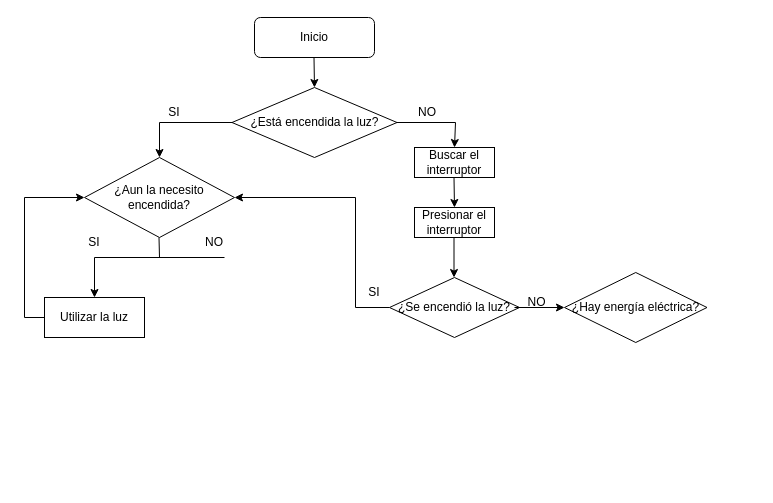
The draw.io diagram Untitled Diagram.drawio in sisuramirez/8bit-mario, before the edit. Source tidied: cells renumbered, new cells numbered last; positions are measured from the earlier drawing's top-left corner, leaving out a move shared by most shapes. Both pictures are drawn from the tidied source at 100%, with x=0, y=0 at pixel (24, 17).
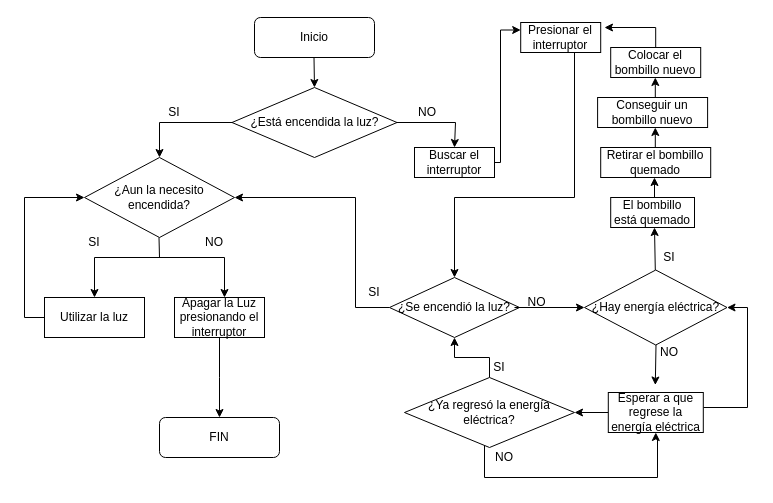
Above is the later version.

The change refers to these unchanged cells:
```xml
<mxCell id="15" value="Buscar el interruptor" style="rounded=0;whiteSpace=wrap;html=1;" parent="1" vertex="1">
  <mxGeometry x="390" y="130" width="80" height="30" as="geometry" />
</mxCell>
<mxCell id="19" value="¿Se encendió la luz?" style="rhombus;whiteSpace=wrap;html=1;" parent="1" vertex="1">
  <mxGeometry x="365" y="260" width="130" height="60" as="geometry" />
</mxCell>
```

Change to the diagram source:
```diff
@@
+    <mxCell id="27" style="edgeStyle=orthogonalEdgeStyle;rounded=0;jettySize=auto;html=1;exitX=1;exitY=0.5;exitDx=0;exitDy=0;entryX=0;entryY=0.25;entryDx=0;entryDy=0;" parent="1" edge="1" source="15" target="17">
+      <mxGeometry relative="1" as="geometry">
+        <Array as="points">
+          <mxPoint x="476" y="145" />
+          <mxPoint x="476" y="13" />
+        </Array>
+      </mxGeometry>
+    </mxCell>
@@
-    <mxCell id="16" style="endArrow=classic;html=1;rounded=0;" parent="1" edge="1">
-      <mxGeometry relative="1" as="geometry">
-        <mxPoint x="429.5" y="160" as="sourcePoint" />
-        <mxPoint x="430" y="190" as="targetPoint" />
-      </mxGeometry>
-    </mxCell>
+    <mxCell id="28" style="edgeStyle=orthogonalEdgeStyle;rounded=0;jettySize=auto;html=1;entryX=0.5;entryY=0;entryDx=0;entryDy=0;" parent="1" edge="1" source="17" target="19">
+      <mxGeometry relative="1" as="geometry">
+        <Array as="points">
+          <mxPoint x="550" y="180" />
+          <mxPoint x="430" y="180" />
+        </Array>
+      </mxGeometry>
+    </mxCell>
     <mxCell id="17" value="Presionar el interruptor" style="rounded=0;whiteSpace=wrap;html=1;" parent="1" vertex="1">
-      <mxGeometry x="390" y="190" width="80" height="30" as="geometry" />
+      <mxGeometry x="496.2" y="5" width="80" height="30" as="geometry" />
     </mxCell>
@@
-    <mxCell id="20" style="endArrow=classic;html=1;rounded=0;" parent="1" edge="1">
-      <mxGeometry relative="1" as="geometry">
-        <mxPoint x="429.5" y="220" as="sourcePoint" />
-        <mxPoint x="429.5" y="260" as="targetPoint" />
-      </mxGeometry>
-    </mxCell>
@@
     <mxCell id="25" value="¿Hay energía eléctrica?" style="rhombus;whiteSpace=wrap;html=1;" parent="1" vertex="1">
-      <mxGeometry x="540" y="255" width="142.5" height="70" as="geometry" />
+      <mxGeometry x="560" y="252.5" width="142.5" height="75" as="geometry" />
     </mxCell>
@@
+    <mxCell id="29" style="endArrow=classic;html=1;rounded=0;" parent="1" edge="1">
+      <mxGeometry relative="1" as="geometry">
+        <mxPoint x="631.5" y="327.5" as="sourcePoint" />
+        <mxPoint x="630.8" y="367.5" as="targetPoint" />
+      </mxGeometry>
+    </mxCell>
+    <mxCell id="30" style="endArrow=classic;html=1;rounded=0;" parent="1" edge="1">
+      <mxGeometry relative="1" as="geometry">
+        <mxPoint x="630.8" y="252.5" as="sourcePoint" />
+        <mxPoint x="630" y="210" as="targetPoint" />
+      </mxGeometry>
+    </mxCell>
+    <mxCell id="31" value="SI" style="text;html=1;strokeColor=none;fillColor=none;align=center;verticalAlign=middle;whiteSpace=wrap;rounded=0;" parent="1" vertex="1">
+      <mxGeometry x="630" y="230" width="30" height="20" as="geometry" />
+    </mxCell>
+    <mxCell id="32" value="El bombillo está quemado" style="rounded=0;whiteSpace=wrap;html=1;" parent="1" vertex="1">
+      <mxGeometry x="586.2" y="180" width="83.8" height="30" as="geometry" />
+    </mxCell>
+    <mxCell id="33" style="endArrow=classic;html=1;rounded=0;" parent="1" edge="1">
+      <mxGeometry relative="1" as="geometry">
+        <mxPoint x="630" y="180" as="sourcePoint" />
+        <mxPoint x="630" y="160" as="targetPoint" />
+      </mxGeometry>
+    </mxCell>
+    <mxCell id="34" value="Retirar el bombillo quemado" style="rounded=0;whiteSpace=wrap;html=1;" parent="1" vertex="1">
+      <mxGeometry x="576.2" y="130" width="110" height="30" as="geometry" />
+    </mxCell>
+    <mxCell id="35" value="Conseguir un bombillo nuevo" style="rounded=0;whiteSpace=wrap;html=1;" parent="1" vertex="1">
+      <mxGeometry x="573.1" y="80" width="110" height="30" as="geometry" />
+    </mxCell>
+    <mxCell id="36" style="endArrow=classic;html=1;rounded=0;" parent="1" edge="1">
+      <mxGeometry relative="1" as="geometry">
+        <mxPoint x="630.8" y="130" as="sourcePoint" />
+        <mxPoint x="630.8" y="110" as="targetPoint" />
+      </mxGeometry>
+    </mxCell>
+    <mxCell id="37" style="endArrow=classic;html=1;rounded=0;" parent="1" edge="1">
+      <mxGeometry relative="1" as="geometry">
+        <mxPoint x="630.8" y="80" as="sourcePoint" />
+        <mxPoint x="630.8" y="60" as="targetPoint" />
+      </mxGeometry>
+    </mxCell>
+    <mxCell id="38" style="edgeStyle=orthogonalEdgeStyle;rounded=0;jettySize=auto;html=1;" parent="1" edge="1" source="39">
+      <mxGeometry relative="1" as="geometry">
+        <mxPoint x="580" y="10" as="targetPoint" />
+        <Array as="points">
+          <mxPoint x="631" y="10" />
+        </Array>
+      </mxGeometry>
+    </mxCell>
+    <mxCell id="39" value="Colocar el bombillo nuevo" style="rounded=0;whiteSpace=wrap;html=1;" parent="1" vertex="1">
+      <mxGeometry x="586.2" y="30" width="90" height="30" as="geometry" />
+    </mxCell>
+    <mxCell id="40" value="NO" style="text;html=1;strokeColor=none;fillColor=none;align=center;verticalAlign=middle;whiteSpace=wrap;rounded=0;" parent="1" vertex="1">
+      <mxGeometry x="615" y="320" width="60" height="30" as="geometry" />
+    </mxCell>
+    <mxCell id="41" style="edgeStyle=orthogonalEdgeStyle;rounded=0;jettySize=auto;html=1;entryX=1;entryY=0.5;entryDx=0;entryDy=0;" parent="1" edge="1" source="43" target="25">
+      <mxGeometry relative="1" as="geometry">
+        <Array as="points">
+          <mxPoint x="723" y="390" />
+          <mxPoint x="723" y="290" />
+        </Array>
+      </mxGeometry>
+    </mxCell>
+    <mxCell id="42" style="edgeStyle=orthogonalEdgeStyle;rounded=0;jettySize=auto;html=1;entryX=1;entryY=0.5;entryDx=0;entryDy=0;" parent="1" edge="1" source="43" target="46">
+      <mxGeometry relative="1" as="geometry" />
+    </mxCell>
+    <mxCell id="43" value="Esperar a que regrese la energía eléctrica" style="rounded=0;whiteSpace=wrap;html=1;" parent="1" vertex="1">
+      <mxGeometry x="583.8" y="375" width="95" height="40" as="geometry" />
+    </mxCell>
+    <mxCell id="44" style="edgeStyle=orthogonalEdgeStyle;rounded=0;jettySize=auto;html=1;entryX=0.5;entryY=1;entryDx=0;entryDy=0;" parent="1" edge="1" source="46" target="43">
+      <mxGeometry relative="1" as="geometry">
+        <Array as="points">
+          <mxPoint x="460" y="460" />
+          <mxPoint x="633" y="460" />
+          <mxPoint x="633" y="420" />
+          <mxPoint x="631" y="420" />
+        </Array>
+      </mxGeometry>
+    </mxCell>
+    <mxCell id="45" style="edgeStyle=orthogonalEdgeStyle;rounded=0;jettySize=auto;html=1;entryX=0.5;entryY=1;entryDx=0;entryDy=0;" parent="1" edge="1" source="46" target="19">
+      <mxGeometry relative="1" as="geometry" />
+    </mxCell>
+    <mxCell id="46" value="¿Ya regresó la energía eléctrica?" style="rhombus;whiteSpace=wrap;html=1;" parent="1" vertex="1">
+      <mxGeometry x="380" y="360" width="170" height="70" as="geometry" />
+    </mxCell>
+    <mxCell id="47" value="NO" style="text;html=1;strokeColor=none;fillColor=none;align=center;verticalAlign=middle;whiteSpace=wrap;rounded=0;" parent="1" vertex="1">
+      <mxGeometry x="465" y="430" width="30" height="20" as="geometry" />
+    </mxCell>
+    <mxCell id="48" value="SI" style="text;html=1;strokeColor=none;fillColor=none;align=center;verticalAlign=middle;whiteSpace=wrap;rounded=0;" parent="1" vertex="1">
+      <mxGeometry x="460" y="340" width="30" height="20" as="geometry" />
+    </mxCell>
+    <mxCell id="49" style="endArrow=classic;html=1;rounded=0;" parent="1" edge="1">
+      <mxGeometry relative="1" as="geometry">
+        <mxPoint x="200" y="240" as="sourcePoint" />
+        <mxPoint x="200" y="280" as="targetPoint" />
+      </mxGeometry>
+    </mxCell>
+    <mxCell id="50" style="edgeStyle=orthogonalEdgeStyle;rounded=0;jettySize=auto;html=1;" parent="1" edge="1" source="51">
+      <mxGeometry relative="1" as="geometry">
+        <mxPoint x="195" y="400" as="targetPoint" />
+      </mxGeometry>
+    </mxCell>
+    <mxCell id="51" value="Apagar la Luz presionando el interruptor" style="rounded=0;whiteSpace=wrap;html=1;" parent="1" vertex="1">
+      <mxGeometry x="150" y="280" width="90" height="40" as="geometry" />
+    </mxCell>
+    <mxCell id="52" value="FIN" style="rounded=1;whiteSpace=wrap;html=1;" parent="1" vertex="1">
+      <mxGeometry x="135" y="400" width="120" height="40" as="geometry" />
+    </mxCell>
```
